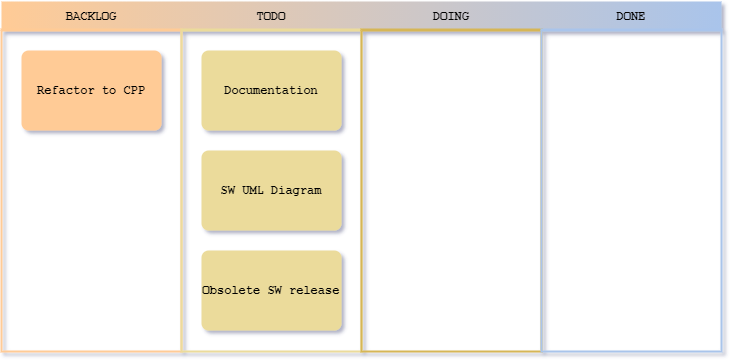
Earlier version of the draw.io export doc/TODO.png (Inflanty/flashy). Source tidied: cells renumbered, new cells last; positions are measured from the earlier drawing's top-left corner, leaving out a move shared by most shapes.
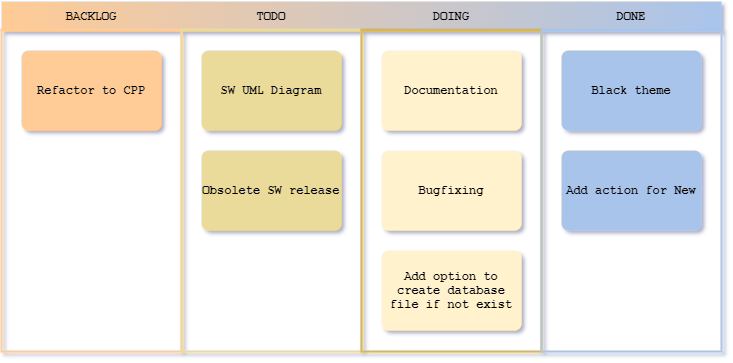
After the commit.

What changed in the source:
```diff
@@ -16,26 +16,46 @@
     <mxCell id="5" value="TODO" style="swimlane;strokeWidth=2;fontFamily=Courier New;html=0;startSize=1;verticalAlign=bottom;spacingBottom=5;stackBorder=20;sketch=0;fillStyle=solid;fillColor=#EBDB9B;strokeColor=#EBDB9B;" parent="2" vertex="1">
       <mxGeometry x="180" y="28" width="180" height="322" as="geometry" />
     </mxCell>
-    <object id="6" label="&lt;div&gt;Documentation&lt;/div&gt;" placeholders="1">
-      <mxCell style="whiteSpace=wrap;html=1;strokeWidth=2;fillColor=swimlane;fontStyle=1;spacingTop=0;rounded=1;arcSize=9;sketch=0;fontFamily=Courier New;hachureGap=8;fillWeight=1;strokeColor=none;" parent="5" vertex="1">
-        <mxGeometry x="20" y="21" width="140" height="80" as="geometry" />
-      </mxCell>
-    </object>
     <object id="7" label="SW UML Diagram" placeholders="1">
       <mxCell style="whiteSpace=wrap;html=1;strokeWidth=2;fillColor=swimlane;fontStyle=1;spacingTop=0;rounded=1;arcSize=9;sketch=0;fontFamily=Courier New;hachureGap=8;fillWeight=1;strokeColor=none;" parent="5" vertex="1">
-        <mxGeometry x="20" y="121" width="140" height="80" as="geometry" />
+        <mxGeometry x="20" y="21" width="140" height="80" as="geometry" />
       </mxCell>
     </object>
     <object id="8" label="Obsolete SW release" placeholders="1">
       <mxCell style="whiteSpace=wrap;html=1;strokeWidth=2;fillColor=swimlane;fontStyle=1;spacingTop=0;rounded=1;arcSize=9;sketch=0;fontFamily=Courier New;hachureGap=8;fillWeight=1;strokeColor=none;" parent="5" vertex="1">
-        <mxGeometry x="20" y="221" width="140" height="80" as="geometry" />
+        <mxGeometry x="20" y="121" width="140" height="80" as="geometry" />
       </mxCell>
     </object>
     <mxCell id="9" value="DOING" style="swimlane;strokeWidth=2;fontFamily=Courier New;html=0;startSize=1;verticalAlign=bottom;spacingBottom=5;stackBorder=20;sketch=0;strokeColor=#d6b656;fillStyle=solid;fillColor=#fff2cc;" parent="2" vertex="1">
       <mxGeometry x="360" y="28" width="180" height="322" as="geometry" />
     </mxCell>
+    <object id="6" label="&lt;div&gt;Documentation&lt;/div&gt;" placeholders="1">
+      <mxCell style="whiteSpace=wrap;html=1;strokeWidth=2;fillColor=swimlane;fontStyle=1;spacingTop=0;rounded=1;arcSize=9;sketch=0;fontFamily=Courier New;hachureGap=8;fillWeight=1;strokeColor=none;" parent="9" vertex="1">
+        <mxGeometry x="20" y="21" width="140" height="80" as="geometry" />
+      </mxCell>
+    </object>
+    <object id="11" label="&lt;div&gt;Bugfixing&lt;/div&gt;" placeholders="1">
+      <mxCell style="whiteSpace=wrap;html=1;strokeWidth=2;fillColor=swimlane;fontStyle=1;spacingTop=0;rounded=1;arcSize=9;sketch=0;fontFamily=Courier New;hachureGap=8;fillWeight=1;strokeColor=none;" parent="9" vertex="1">
+        <mxGeometry x="20" y="121" width="140" height="80" as="geometry" />
+      </mxCell>
+    </object>
+    <object id="12" label="Add option to create database file if not exist" placeholders="1">
+      <mxCell style="whiteSpace=wrap;html=1;strokeWidth=2;fillColor=swimlane;fontStyle=1;spacingTop=0;rounded=1;arcSize=9;sketch=0;fontFamily=Courier New;hachureGap=8;fillWeight=1;strokeColor=none;" parent="9" vertex="1">
+        <mxGeometry x="20" y="221" width="140" height="80" as="geometry" />
+      </mxCell>
+    </object>
     <mxCell id="10" value="DONE" style="swimlane;strokeWidth=2;fontFamily=Courier New;html=0;startSize=1;verticalAlign=bottom;spacingBottom=5;stackBorder=20;sketch=0;fillStyle=solid;strokeColor=#A9C4EB;fillColor=#A9C4EB;" parent="2" vertex="1">
       <mxGeometry x="540" y="28" width="180" height="322" as="geometry" />
     </mxCell>
+    <object id="13" label="&lt;div&gt;Black theme&lt;/div&gt;" placeholders="1">
+      <mxCell style="whiteSpace=wrap;html=1;strokeWidth=2;fillColor=swimlane;fontStyle=1;spacingTop=0;rounded=1;arcSize=9;sketch=0;fontFamily=Courier New;hachureGap=8;fillWeight=1;strokeColor=none;" parent="10" vertex="1">
+        <mxGeometry x="20" y="21" width="140" height="80" as="geometry" />
+      </mxCell>
+    </object>
+    <object id="14" label="&lt;div&gt;Add action for New&lt;/div&gt;" placeholders="1">
+      <mxCell style="whiteSpace=wrap;html=1;strokeWidth=2;fillColor=swimlane;fontStyle=1;spacingTop=0;rounded=1;arcSize=9;sketch=0;fontFamily=Courier New;hachureGap=8;fillWeight=1;strokeColor=none;" parent="10" vertex="1">
+        <mxGeometry x="20" y="121" width="140" height="80" as="geometry" />
+      </mxCell>
+    </object>
   </root>
 </mxGraphModel>
```
